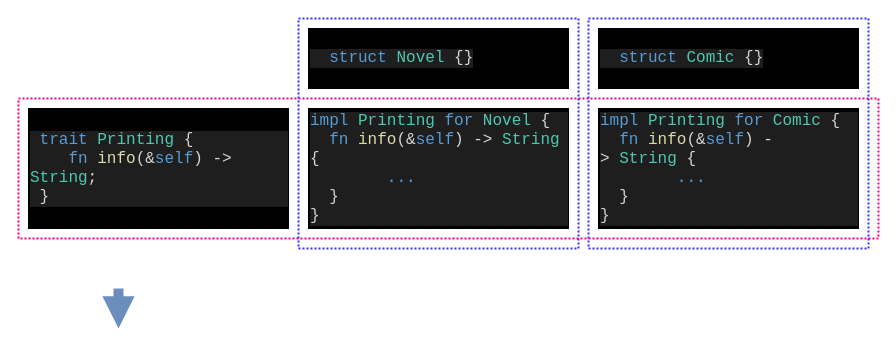
y2gon/y2gon.github.io keeps this draw.io diagram as rust from scratch/028methods03.drawio. Above is the earlier version. Source tidied: cells renumbered, new cells numbered last; positions are measured from the earlier drawing's top-left corner, leaving out a move shared by most shapes. Both pictures are drawn from the tidied source at 100%, with x=0, y=0 at pixel (18, 18).
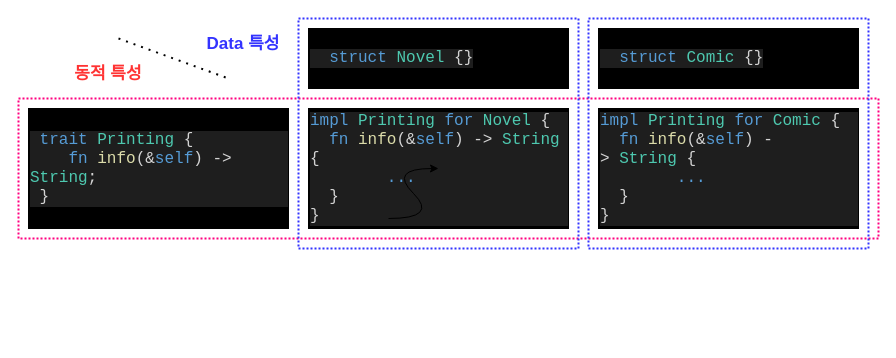
After the change.

Diff of the diagram source:
```diff
@@
 <mxGraphModel>
   <root>
     <mxCell id="0" />
     <mxCell id="1" parent="0" />
     <mxCell id="2" style="rounded=0;whiteSpace=wrap;html=1;fontSize=16;dashed=1;dashPattern=1 1;fillColor=none;strokeColor=#FF0080;strokeWidth=2;" parent="1" vertex="1">
       <mxGeometry y="80" width="860" height="140" as="geometry" />
     </mxCell>
     <mxCell id="3" style="rounded=0;whiteSpace=wrap;html=1;fontSize=16;dashed=1;dashPattern=1 1;fillColor=none;strokeColor=#3333FF;strokeWidth=2;" parent="1" vertex="1">
       <mxGeometry x="280" width="280" height="230" as="geometry" />
     </mxCell>
     <mxCell id="4" value="&lt;div style=&quot;color: rgb(212 , 212 , 212) ; background-color: rgb(30 , 30 , 30) ; font-family: &amp;#34;consolas&amp;#34; , &amp;#34;courier new&amp;#34; , monospace ; font-size: 16px ; line-height: 19px&quot;&gt;&lt;div style=&quot;font-family: &amp;#34;consolas&amp;#34; , &amp;#34;courier new&amp;#34; , monospace ; line-height: 19px&quot;&gt;&lt;span style=&quot;color: #569cd6&quot;&gt;&amp;nbsp; struct&lt;/span&gt; &lt;span style=&quot;color: #4ec9b0&quot;&gt;Novel&lt;/span&gt; {}&lt;/div&gt;&lt;/div&gt;" style="rounded=0;whiteSpace=wrap;html=1;align=left;fontColor=#F5F5F5;fillColor=#000000;" parent="1" vertex="1">
       <mxGeometry x="290" y="10" width="260" height="60" as="geometry" />
     </mxCell>
-    <mxCell id="5" style="endArrow=block;html=1;rounded=0;fontSize=16;fontColor=#F5F5F5;strokeWidth=10;endFill=1;fillColor=#dae8fc;strokeColor=#6c8ebf;" parent="1" edge="1">
-      <mxGeometry relative="1" as="geometry">
-        <mxPoint x="100" y="270" as="sourcePoint" />
-        <mxPoint x="100" y="310" as="targetPoint" />
-      </mxGeometry>
-    </mxCell>
     <mxCell id="6" value="&lt;div style=&quot;background-color: rgb(30 , 30 , 30) ; font-family: &amp;#34;consolas&amp;#34; , &amp;#34;courier new&amp;#34; , monospace ; font-size: 16px ; line-height: 19px&quot;&gt;&lt;div style=&quot;font-family: &amp;#34;consolas&amp;#34; , &amp;#34;courier new&amp;#34; , monospace ; line-height: 19px&quot;&gt;&lt;span style=&quot;color: rgb(86 , 156 , 214)&quot;&gt;&amp;nbsp; struct&lt;/span&gt;&lt;font color=&quot;#d4d4d4&quot;&gt;&amp;nbsp;&lt;/font&gt;&lt;font color=&quot;#4ec9b0&quot;&gt;Comic&lt;/font&gt;&lt;font color=&quot;#d4d4d4&quot;&gt;&amp;nbsp;{}&lt;/font&gt;&lt;/div&gt;&lt;/div&gt;" style="rounded=0;whiteSpace=wrap;html=1;align=left;fontColor=#F5F5F5;fillColor=#000000;" parent="1" vertex="1">
       <mxGeometry x="580" y="10" width="260" height="60" as="geometry" />
     </mxCell>
     <mxCell id="7" value="&lt;div style=&quot;background-color: rgb(30 , 30 , 30) ; font-family: &amp;#34;consolas&amp;#34; , &amp;#34;courier new&amp;#34; , monospace ; font-size: 16px ; line-height: 19px&quot;&gt;&lt;div style=&quot;font-family: &amp;#34;consolas&amp;#34; , &amp;#34;courier new&amp;#34; , monospace ; line-height: 19px&quot;&gt;&lt;div style=&quot;font-family: &amp;#34;consolas&amp;#34; , &amp;#34;courier new&amp;#34; , monospace ; line-height: 19px&quot;&gt;&lt;div style=&quot;color: rgb(212 , 212 , 212)&quot;&gt;&lt;span style=&quot;color: #569cd6&quot;&gt;impl&lt;/span&gt; &lt;span style=&quot;color: #4ec9b0&quot;&gt;Printing&lt;/span&gt; &lt;span style=&quot;color: #569cd6&quot;&gt;for&lt;/span&gt; &lt;span style=&quot;color: #4ec9b0&quot;&gt;Novel&lt;/span&gt; {&lt;/div&gt;&lt;div style=&quot;color: rgb(212 , 212 , 212)&quot;&gt;&amp;nbsp; &lt;span style=&quot;color: #569cd6&quot;&gt;fn&lt;/span&gt; &lt;span style=&quot;color: #dcdcaa&quot;&gt;info&lt;/span&gt;(&amp;amp;&lt;span style=&quot;color: #569cd6&quot;&gt;self&lt;/span&gt;) -&amp;gt; &lt;span style=&quot;color: #4ec9b0&quot;&gt;String&lt;/span&gt; {&lt;/div&gt;&lt;div&gt;&lt;font color=&quot;#d4d4d4&quot; style=&quot;font-size: 16px&quot;&gt;&amp;nbsp; &amp;nbsp; &amp;nbsp; &amp;nbsp; &lt;/font&gt;&lt;font color=&quot;#569cd6&quot; style=&quot;font-size: 16px&quot;&gt;...&amp;nbsp;&lt;/font&gt;&lt;/div&gt;&lt;div style=&quot;color: rgb(212 , 212 , 212)&quot;&gt;&amp;nbsp; }&lt;/div&gt;&lt;div style=&quot;color: rgb(212 , 212 , 212)&quot;&gt;}&lt;/div&gt;&lt;/div&gt;&lt;/div&gt;&lt;/div&gt;" style="rounded=0;whiteSpace=wrap;html=1;align=left;fontColor=#F5F5F5;fillColor=#000000;" parent="1" vertex="1">
       <mxGeometry x="290" y="90" width="260" height="120" as="geometry" />
     </mxCell>
     <mxCell id="8" value="&lt;div style=&quot;background-color: rgb(30 , 30 , 30) ; font-family: &amp;#34;consolas&amp;#34; , &amp;#34;courier new&amp;#34; , monospace ; font-size: 16px ; line-height: 19px&quot;&gt;&lt;div style=&quot;font-family: &amp;#34;consolas&amp;#34; , &amp;#34;courier new&amp;#34; , monospace ; line-height: 19px&quot;&gt;&lt;div&gt;&lt;span style=&quot;color: rgb(86 , 156 , 214)&quot;&gt;impl&lt;/span&gt;&lt;font color=&quot;#d4d4d4&quot;&gt;&amp;nbsp;&lt;/font&gt;&lt;span style=&quot;color: rgb(78 , 201 , 176)&quot;&gt;Printing&lt;/span&gt;&lt;font color=&quot;#d4d4d4&quot;&gt;&amp;nbsp;&lt;/font&gt;&lt;span style=&quot;color: rgb(86 , 156 , 214)&quot;&gt;for&lt;/span&gt;&lt;font color=&quot;#d4d4d4&quot;&gt;&amp;nbsp;&lt;/font&gt;&lt;font color=&quot;#4ec9b0&quot;&gt;Comic&lt;/font&gt;&lt;font color=&quot;#d4d4d4&quot;&gt;&amp;nbsp;{&lt;/font&gt;&lt;/div&gt;&lt;div style=&quot;color: rgb(212 , 212 , 212)&quot;&gt;&amp;nbsp;&amp;nbsp;&lt;span style=&quot;color: rgb(86 , 156 , 214)&quot;&gt;fn&lt;/span&gt;&amp;nbsp;&lt;span style=&quot;color: rgb(220 , 220 , 170)&quot;&gt;info&lt;/span&gt;(&amp;amp;&lt;span style=&quot;color: rgb(86 , 156 , 214)&quot;&gt;self&lt;/span&gt;) -&amp;gt;&amp;nbsp;&lt;span style=&quot;color: rgb(78 , 201 , 176)&quot;&gt;String&lt;/span&gt;&amp;nbsp;{&lt;/div&gt;&lt;div style=&quot;color: rgb(245 , 245 , 245)&quot;&gt;&lt;font color=&quot;#d4d4d4&quot;&gt;&amp;nbsp; &amp;nbsp; &amp;nbsp; &amp;nbsp;&amp;nbsp;&lt;/font&gt;&lt;font color=&quot;#569cd6&quot;&gt;...&amp;nbsp;&lt;/font&gt;&lt;/div&gt;&lt;div style=&quot;color: rgb(212 , 212 , 212)&quot;&gt;&amp;nbsp; }&lt;/div&gt;&lt;div style=&quot;color: rgb(212 , 212 , 212)&quot;&gt;}&lt;/div&gt;&lt;/div&gt;&lt;/div&gt;" style="rounded=0;whiteSpace=wrap;html=1;align=left;fontColor=#F5F5F5;fillColor=#000000;" parent="1" vertex="1">
       <mxGeometry x="580" y="90" width="260" height="120" as="geometry" />
     </mxCell>
     <mxCell id="9" value="&lt;div style=&quot;background-color: rgb(30 , 30 , 30) ; font-family: &amp;#34;consolas&amp;#34; , &amp;#34;courier new&amp;#34; , monospace ; font-size: 16px ; line-height: 19px&quot;&gt;&lt;div style=&quot;font-family: &amp;#34;consolas&amp;#34; , &amp;#34;courier new&amp;#34; , monospace ; line-height: 19px&quot;&gt;&lt;div style=&quot;font-family: &amp;#34;consolas&amp;#34; , &amp;#34;courier new&amp;#34; , monospace ; line-height: 19px&quot;&gt;&lt;div style=&quot;color: rgb(212 , 212 , 212)&quot;&gt;&lt;span style=&quot;color: #569cd6&quot;&gt;&amp;nbsp;trait&lt;/span&gt; &lt;span style=&quot;color: #4ec9b0&quot;&gt;Printing&lt;/span&gt; {&lt;/div&gt;&lt;div&gt;&lt;font color=&quot;#d4d4d4&quot;&gt;&amp;nbsp; &amp;nbsp; &lt;/font&gt;&lt;span style=&quot;color: rgb(86 , 156 , 214)&quot;&gt;fn&lt;/span&gt;&lt;font color=&quot;#d4d4d4&quot;&gt;&amp;nbsp;&lt;/font&gt;&lt;font color=&quot;#dcdcaa&quot;&gt;info&lt;/font&gt;&lt;font color=&quot;#d4d4d4&quot;&gt;(&amp;amp;&lt;/font&gt;&lt;span style=&quot;color: rgb(86 , 156 , 214)&quot;&gt;self&lt;/span&gt;&lt;font color=&quot;#d4d4d4&quot;&gt;)&amp;nbsp;&lt;/font&gt;&lt;span style=&quot;color: rgb(212 , 212 , 212)&quot;&gt;-&amp;gt; &lt;/span&gt;&lt;span style=&quot;color: rgb(78 , 201 , 176)&quot;&gt;String&lt;/span&gt;&lt;span style=&quot;color: rgb(212 , 212 , 212)&quot;&gt;;&lt;/span&gt;&lt;/div&gt;&lt;div style=&quot;color: rgb(212 , 212 , 212)&quot;&gt;&amp;nbsp;}&lt;/div&gt;&lt;/div&gt;&lt;/div&gt;&lt;/div&gt;" style="rounded=0;whiteSpace=wrap;html=1;align=left;fontColor=#F5F5F5;fillColor=#000000;" parent="1" vertex="1">
       <mxGeometry x="10" y="90" width="260" height="120" as="geometry" />
     </mxCell>
     <mxCell id="10" style="rounded=0;whiteSpace=wrap;html=1;fontSize=16;dashed=1;dashPattern=1 1;fillColor=none;strokeColor=#3333FF;strokeWidth=2;" parent="1" vertex="1">
       <mxGeometry x="570" width="280" height="230" as="geometry" />
     </mxCell>
+    <mxCell id="11" style="curved=1;endArrow=classic;html=1;rounded=0;fontSize=16;" parent="1" edge="1">
+      <mxGeometry relative="1" as="geometry">
+        <mxPoint x="370" y="200" as="sourcePoint" />
+        <mxPoint x="420" y="150" as="targetPoint" />
+        <Array as="points">
+          <mxPoint x="420" y="200" />
+          <mxPoint x="370" y="150" />
+        </Array>
+      </mxGeometry>
+    </mxCell>
+    <mxCell id="12" style="endArrow=none;dashed=1;html=1;dashPattern=1 3;strokeWidth=2;rounded=0;fontSize=18;fontColor=#FF3333;" parent="1" edge="1">
+      <mxGeometry relative="1" as="geometry">
+        <mxPoint x="100" y="20" as="sourcePoint" />
+        <mxPoint x="210" y="60" as="targetPoint" />
+      </mxGeometry>
+    </mxCell>
+    <mxCell id="13" value="&lt;b&gt;&lt;font style=&quot;font-size: 17px&quot;&gt;동적 특성&lt;/font&gt;&lt;/b&gt;" style="rounded=0;whiteSpace=wrap;html=1;fontSize=18;fontColor=#FF3333;strokeColor=none;strokeWidth=2;fillColor=none;" parent="1" vertex="1">
+      <mxGeometry x="40" y="40" width="100" height="30" as="geometry" />
+    </mxCell>
+    <mxCell id="14" value="&lt;b&gt;&lt;font style=&quot;font-size: 17px&quot; color=&quot;#3333ff&quot;&gt;Data 특성&lt;/font&gt;&lt;/b&gt;" style="rounded=0;whiteSpace=wrap;html=1;fontSize=18;fontColor=#FF3333;strokeColor=none;strokeWidth=2;fillColor=none;" parent="1" vertex="1">
+      <mxGeometry x="170" y="10" width="110" height="30" as="geometry" />
+    </mxCell>
   </root>
 </mxGraphModel>
```
